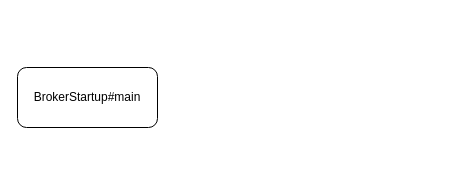
Earlier version of the draw.io diagram rocketmq/broker启动流程.drawio (erlieStar/diagrams). Source tidied: cells renumbered, new cells numbered last; positions are measured from the earlier drawing's top-left corner, leaving out a move shared by most shapes. Both pictures are drawn from the tidied source at 100%, with x=0, y=0 at pixel (17, 67).
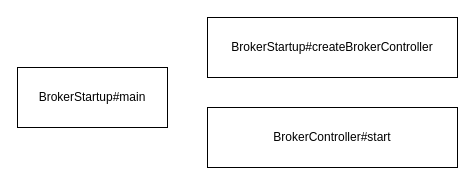
The same diagram, later.

What changed in the source:
```diff
@@
 <mxGraphModel>
   <root>
     <mxCell id="0" />
     <mxCell id="1" parent="0" />
-    <mxCell id="2" value="BrokerStartup#main" style="rounded=1;whiteSpace=wrap;html=1;" parent="1" vertex="1">
-      <mxGeometry width="140" height="60" as="geometry" />
+    <mxCell id="2" value="&lt;span&gt;BrokerStartup#main&lt;/span&gt;" style="rounded=0;whiteSpace=wrap;html=1;" parent="1" vertex="1">
+      <mxGeometry width="150" height="60" as="geometry" />
     </mxCell>
+    <mxCell id="3" value="BrokerStartup#createBrokerController" style="rounded=0;whiteSpace=wrap;html=1;" parent="1" vertex="1">
+      <mxGeometry x="190" y="-50" width="250" height="60" as="geometry" />
+    </mxCell>
+    <mxCell id="4" value="BrokerController#start" style="rounded=0;whiteSpace=wrap;html=1;" parent="1" vertex="1">
+      <mxGeometry x="190" y="40" width="250" height="60" as="geometry" />
+    </mxCell>
   </root>
 </mxGraphModel>
```
